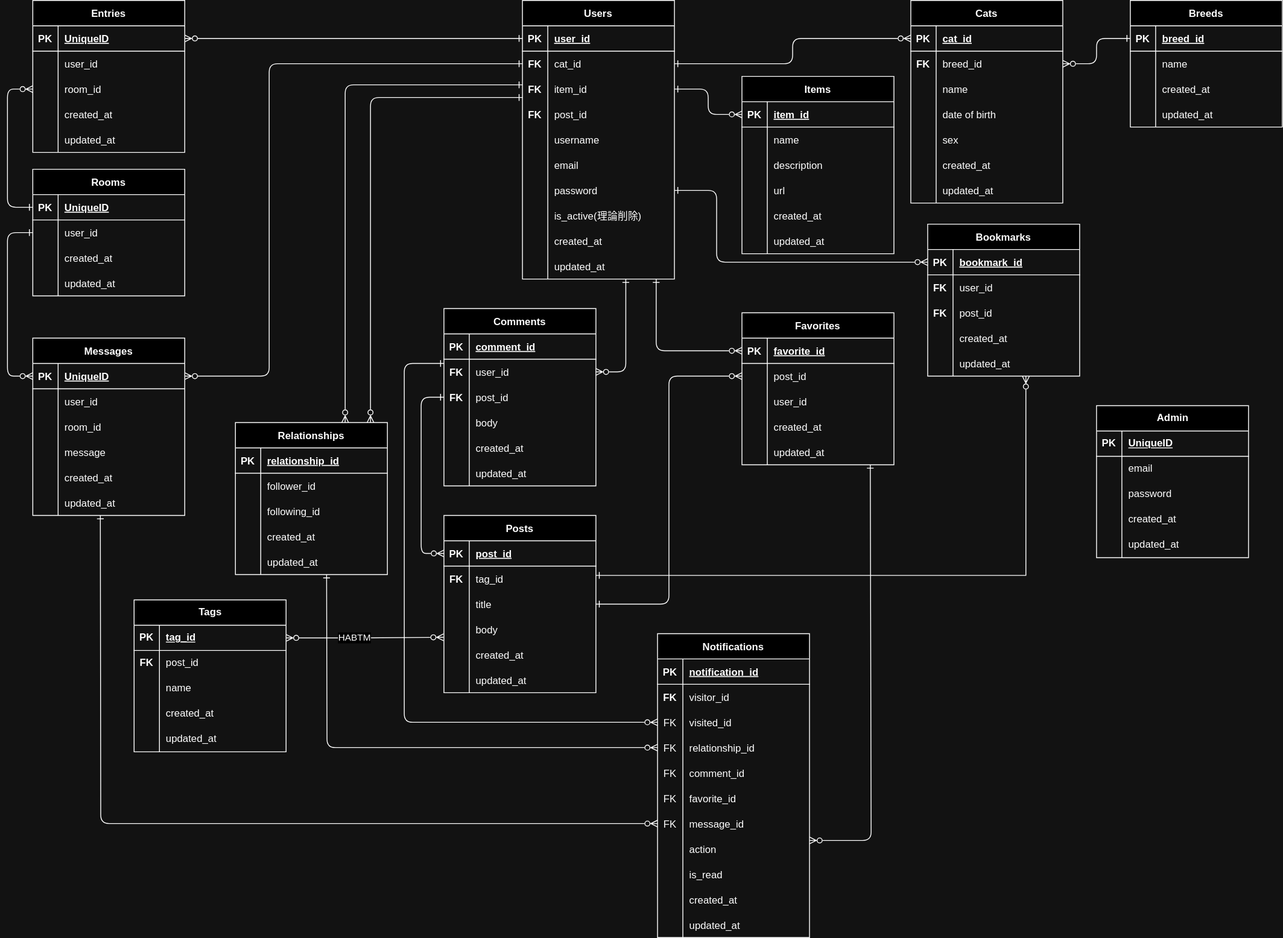
Before: app/assets/images/portforio101.drawio.svg, a diagram exported from draw.io (Tsmore/Portfolio101). Source tidied: cells renumbered, new cells last; positions are measured from the earlier drawing's top-left corner, leaving out a move shared by most shapes.
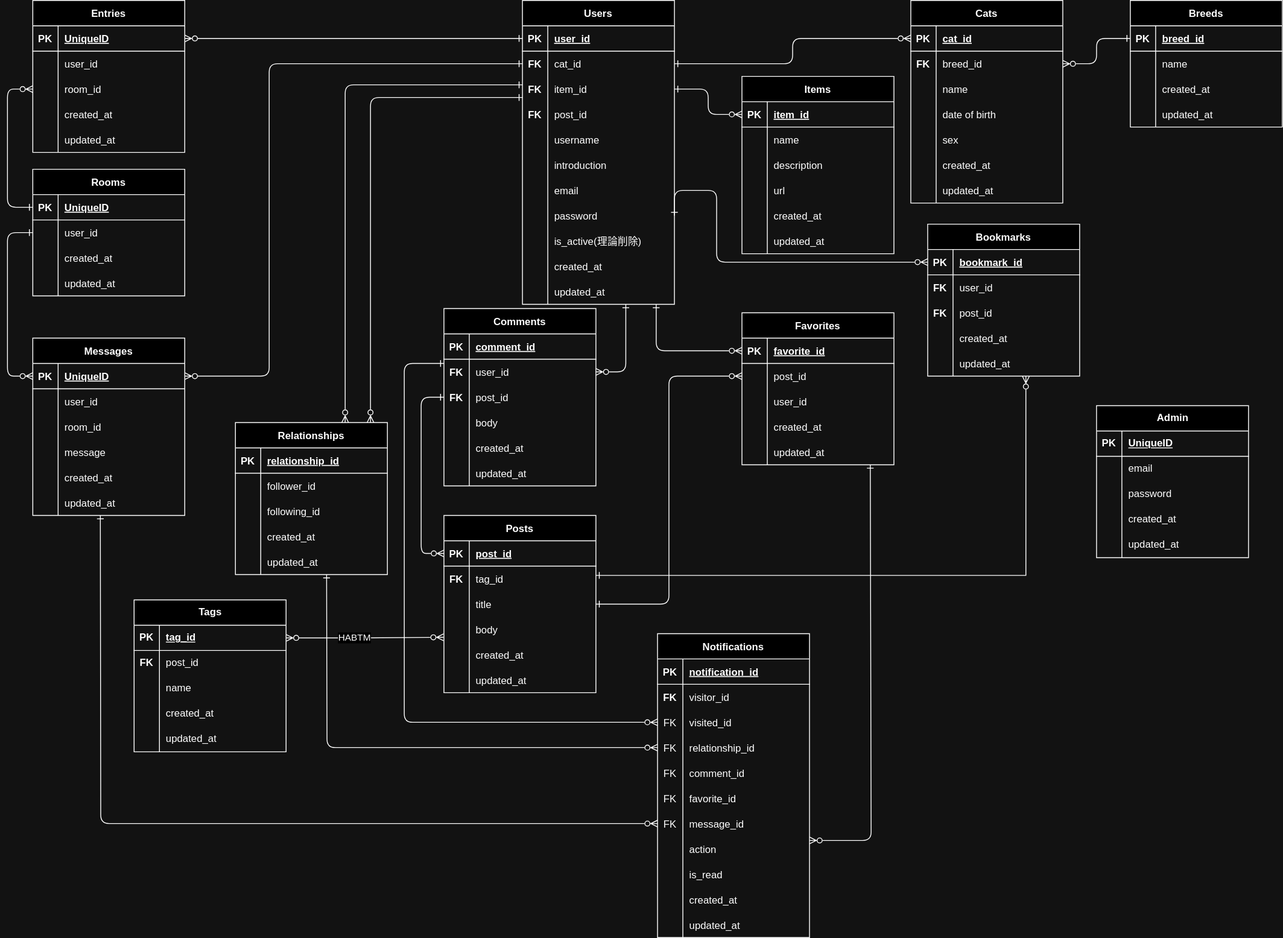
Above is the later version.

Commit message:
[update] ER図の画像を更新

Change to the diagram source:
```diff
@@ -3,7 +3,7 @@
     <mxCell id="0" />
     <mxCell id="1" parent="0" />
     <mxCell id="2" value="Users" style="shape=table;startSize=30;rowLines=0;fontStyle=1;align=center;" parent="1" vertex="1">
-      <mxGeometry x="610" width="180" height="330" as="geometry" />
+      <mxGeometry x="610" width="180" height="360" as="geometry" />
     </mxCell>
     <mxCell id="3" style="shape=tableRow;horizontal=0;startSize=0;swimlaneHead=0;swimlaneBody=0;fillColor=none;points=[[0,0.5],[1,0.5]];portConstraint=eastwest;top=0;left=0;right=0;bottom=1;" parent="2" vertex="1">
       <mxGeometry y="30" width="180" height="30" as="geometry" />
@@ -50,8 +50,17 @@
     <mxCell id="17" value="username" style="shape=partialRectangle;fillColor=none;top=0;left=0;bottom=0;right=0;align=left;spacingLeft=6;overflow=hidden;" parent="15" vertex="1">
       <mxGeometry x="30" width="150" height="30" as="geometry" />
     </mxCell>
+    <mxCell id="309" style="shape=tableRow;horizontal=0;startSize=0;swimlaneHead=0;swimlaneBody=0;fillColor=none;top=0;left=0;right=0;bottom=0;" parent="2" vertex="1">
+      <mxGeometry y="180" width="180" height="30" as="geometry" />
+    </mxCell>
+    <mxCell id="310" style="shape=partialRectangle;fillColor=none;top=0;left=0;bottom=0;right=0;overflow=hidden;" parent="309" vertex="1">
+      <mxGeometry width="30" height="30" as="geometry" />
+    </mxCell>
+    <mxCell id="311" value="introduction" style="shape=partialRectangle;fillColor=none;top=0;left=0;bottom=0;right=0;align=left;spacingLeft=6;overflow=hidden;" parent="309" vertex="1">
+      <mxGeometry x="30" width="150" height="30" as="geometry" />
+    </mxCell>
     <mxCell id="18" style="shape=tableRow;horizontal=0;startSize=0;swimlaneHead=0;swimlaneBody=0;fillColor=none;top=0;left=0;right=0;bottom=0;" parent="2" vertex="1">
-      <mxGeometry y="180" width="180" height="30" as="geometry" />
+      <mxGeometry y="210" width="180" height="30" as="geometry" />
     </mxCell>
     <mxCell id="19" style="shape=partialRectangle;fillColor=none;top=0;left=0;bottom=0;right=0;overflow=hidden;" parent="18" vertex="1">
       <mxGeometry width="30" height="30" as="geometry" />
@@ -60,7 +69,7 @@
       <mxGeometry x="30" width="150" height="30" as="geometry" />
     </mxCell>
     <mxCell id="21" style="shape=tableRow;horizontal=0;startSize=0;swimlaneHead=0;swimlaneBody=0;fillColor=none;points=[[0,0.5],[1,0.5]];portConstraint=eastwest;top=0;left=0;right=0;bottom=0;" parent="2" vertex="1">
-      <mxGeometry y="210" width="180" height="30" as="geometry" />
+      <mxGeometry y="240" width="180" height="30" as="geometry" />
     </mxCell>
     <mxCell id="22" style="shape=partialRectangle;fillColor=none;top=0;left=0;bottom=0;right=0;overflow=hidden;" parent="21" vertex="1">
       <mxGeometry width="30" height="30" as="geometry" />
@@ -69,7 +78,7 @@
       <mxGeometry x="30" width="150" height="30" as="geometry" />
     </mxCell>
     <mxCell id="24" style="shape=tableRow;horizontal=0;startSize=0;swimlaneHead=0;swimlaneBody=0;fillColor=none;top=0;left=0;right=0;bottom=0;" parent="2" vertex="1">
-      <mxGeometry y="240" width="180" height="30" as="geometry" />
+      <mxGeometry y="270" width="180" height="30" as="geometry" />
     </mxCell>
     <mxCell id="25" style="shape=partialRectangle;fillColor=none;top=0;left=0;bottom=0;right=0;overflow=hidden;" parent="24" vertex="1">
       <mxGeometry width="30" height="30" as="geometry" />
@@ -78,7 +87,7 @@
       <mxGeometry x="30" width="150" height="30" as="geometry" />
     </mxCell>
     <mxCell id="27" style="shape=tableRow;horizontal=0;startSize=0;swimlaneHead=0;swimlaneBody=0;fillColor=none;top=0;left=0;right=0;bottom=0;" parent="2" vertex="1">
-      <mxGeometry y="270" width="180" height="30" as="geometry" />
+      <mxGeometry y="300" width="180" height="30" as="geometry" />
     </mxCell>
     <mxCell id="28" style="shape=partialRectangle;fillColor=none;top=0;left=0;bottom=0;right=0;overflow=hidden;" parent="27" vertex="1">
       <mxGeometry width="30" height="30" as="geometry" />
@@ -87,7 +96,7 @@
       <mxGeometry x="30" width="150" height="30" as="geometry" />
     </mxCell>
     <mxCell id="30" style="shape=tableRow;horizontal=0;startSize=0;swimlaneHead=0;swimlaneBody=0;fillColor=none;points=[[0,0.5],[1,0.5]];portConstraint=eastwest;top=0;left=0;right=0;bottom=0;" parent="2" vertex="1">
-      <mxGeometry y="300" width="180" height="30" as="geometry" />
+      <mxGeometry y="330" width="180" height="30" as="geometry" />
     </mxCell>
     <mxCell id="31" style="shape=partialRectangle;fillColor=none;top=0;left=0;bottom=0;right=0;overflow=hidden;" parent="30" vertex="1">
       <mxGeometry width="30" height="30" as="geometry" />
```
